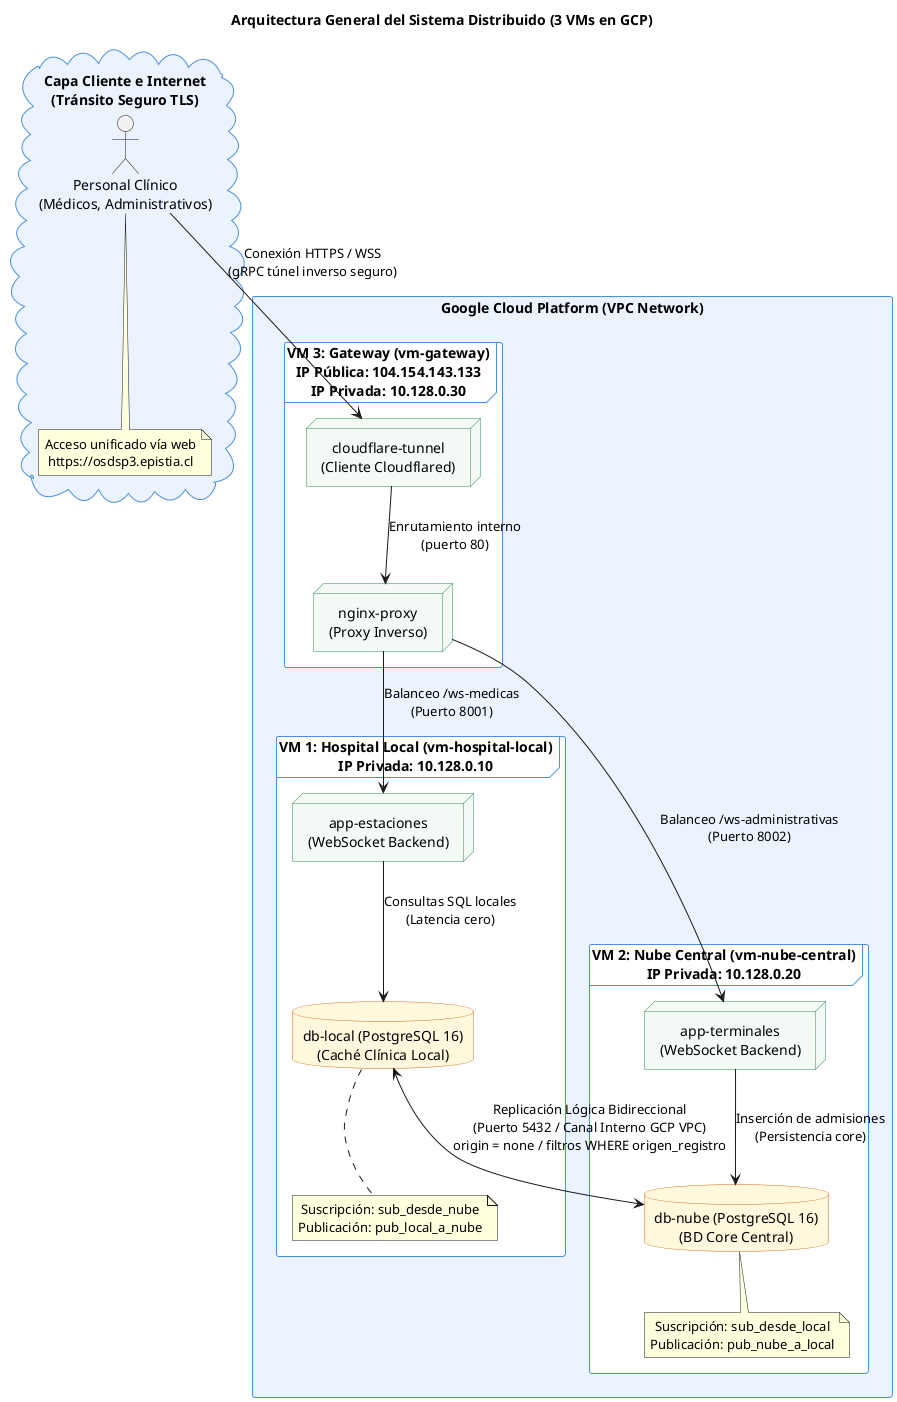
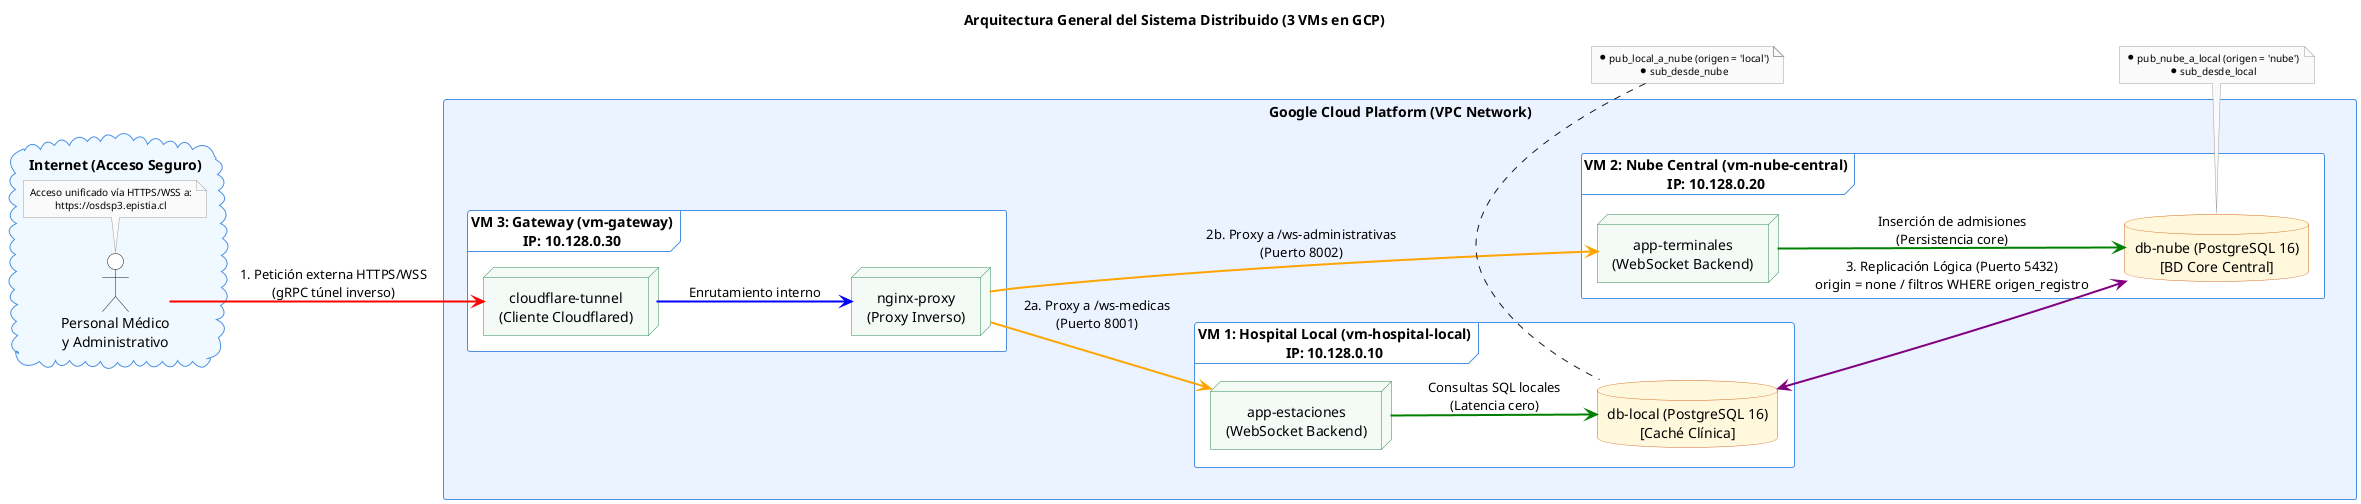
@startuml Arquitectura OSDS: Centro de Salud Digital
title Arquitectura General del Sistema Distribuido (3 VMs en GCP)

+ ' Ajustes de Diseño Visual (Moderno y Limpio)
skinparam shadowing false
skinparam packageStyle rectangle
skinparam componentStyle rectangle
skinparam defaultTextAlignment center

+ ' Definicion de Colores y Estilos
skinparam package {
    BorderColor #4A90E2
    BackgroundColor #EAF3FF
}

skinparam node {
    BorderColor #2E8B57
    BackgroundColor #F4FBF7
+     FontName Arial
}

skinparam database {
    BorderColor #D2691E
    BackgroundColor #FFF8DC
+     FontName Arial
}

- '====================================================
- ' CLIENTE / INTERNET
- '====================================================
- cloud "Capa Cliente e Internet\n(Tránsito Seguro TLS)" as INTERNET {
-     actor "Personal Clínico\n(Médicos, Administrativos)" as CLIENT
+ skinparam note {
+     BorderColor #A0A0A0
+     BackgroundColor #FAFAFA
+     FontName Arial
+     FontSize 10
+ }

+ left to right direction
+ 
+ ' ==========================================
+ ' CAPA CLIENTE
+ ' ==========================================
+ cloud "Internet (Acceso Seguro)" as CAPA_CLIENTE #F0F9FF {
+     actor "Personal Médico\ny Administrativo" as CLIENT #FFFFFF
    note bottom of CLIENT
-         Acceso unificado vía web
+         Acceso unificado vía HTTPS/WSS a:
        https://osdsp3.epistia.cl
    end note
}

- '====================================================
- ' INFRAESTRUCTURA GCP (VPC)
- '====================================================
+ ' ==========================================
+ ' INFRAESTRUCTURA DE GOOGLE CLOUD PLATFORM
+ ' ==========================================
package "Google Cloud Platform (VPC Network)" as GCP #EAF3FF {

-     ' VM 3: Gateway Perimetral
-     frame "VM 3: Gateway (vm-gateway)\nIP Pública: 104.154.143.133\nIP Privada: 10.128.0.30" as VM3 #FFFFFF {
-         node "nginx-proxy\n(Proxy Inverso)" as NGINX
-         node "cloudflare-tunnel\n(Cliente Cloudflared)" as TUNNEL
+     ' VM 3: GATEWAY DE SEGURIDAD
+     frame "VM 3: Gateway (vm-gateway)\nIP: 10.128.0.30" as VM3 #FFFFFF {
+         node "nginx-proxy\n(Proxy Inverso)" as NGINX #F4FBF7
+         node "cloudflare-tunnel\n(Cliente Cloudflared)" as TUNNEL #F4FBF7

-         TUNNEL --> NGINX : Enrutamiento interno\n(puerto 80)
+         TUNNEL -[#blue,bold]-> NGINX : Enrutamiento interno
    }

-     ' VM 1: Hospital Local
-     frame "VM 1: Hospital Local (vm-hospital-local)\nIP Privada: 10.128.0.10" as VM1 #FFFFFF {
-         node "app-estaciones\n(WebSocket Backend)" as ESTACIONES
-         database "db-local (PostgreSQL 16)\n(Caché Clínica Local)" as DBLOCAL
+     together {
+         ' VM 1: HOSPITAL LOCAL
+         frame "VM 1: Hospital Local (vm-hospital-local)\nIP: 10.128.0.10" as VM1 #FFFFFF {
+             node "app-estaciones\n(WebSocket Backend)" as ESTACIONES #F4FBF7
+             database "db-local (PostgreSQL 16)\n[Caché Clínica]" as DBLOCAL

-         ESTACIONES --> DBLOCAL : Consultas SQL locales\n(Latencia cero)
+             ESTACIONES -[#green,bold]-> DBLOCAL : Consultas SQL locales\n(Latencia cero)
+         }

-         note bottom of DBLOCAL
-             Suscripción: sub_desde_nube
-             Publicación: pub_local_a_nube
-         end note
-     }
+         ' VM 2: NUBE CENTRAL
+         frame "VM 2: Nube Central (vm-nube-central)\nIP: 10.128.0.20" as VM2 #FFFFFF {
+             node "app-terminales\n(WebSocket Backend)" as TERMINALES #F4FBF7
+             database "db-nube (PostgreSQL 16)\n[BD Core Central]" as DBNUBE

-     ' VM 2: Nube Central
-     frame "VM 2: Nube Central (vm-nube-central)\nIP Privada: 10.128.0.20" as VM2 #FFFFFF {
-         node "app-terminales\n(WebSocket Backend)" as TERMINALES
-         database "db-nube (PostgreSQL 16)\n(BD Core Central)" as DBNUBE
- 
-         TERMINALES --> DBNUBE : Inserción de admisiones\n(Persistencia core)
- 
-         note bottom of DBNUBE
-             Suscripción: sub_desde_local
-             Publicación: pub_nube_a_local
-         end note
+             TERMINALES -[#green,bold]-> DBNUBE : Inserción de admisiones\n(Persistencia core)
+         }
    }
}

- ' Conexiones de entrada
- CLIENT --> TUNNEL : Conexión HTTPS / WSS\n(gRPC túnel inverso seguro)
+ ' ==========================================
+ ' FLUJOS DE RED Y CONECTIVIDAD
+ ' ==========================================
+ CLIENT -[#red,bold]-> TUNNEL : 1. Petición externa HTTPS/WSS\n(gRPC túnel inverso)

- ' Enrutamientos de Nginx Proxy
- NGINX --> ESTACIONES : Balanceo /ws-medicas\n(Puerto 8001)
- NGINX --> TERMINALES : Balanceo /ws-administrativas\n(Puerto 8002)
+ ' Nginx ruteando tráfico
+ NGINX -[#orange,bold]-> ESTACIONES : 2a. Proxy a /ws-medicas\n(Puerto 8001)
+ NGINX -[#orange,bold]-> TERMINALES : 2b. Proxy a /ws-administrativas\n(Puerto 8002)

- ' Canal de Replicación lógica
- DBLOCAL <--> DBNUBE : Replicación Lógica Bidireccional\n(Puerto 5432 / Canal Interno GCP VPC)\norigin = none / filtros WHERE origen_registro
+ ' Replicación Lógica Bidireccional
+ DBLOCAL <.[#purple,bold].> DBNUBE : 3. Replicación Lógica (Puerto 5432)\norigin = none / filtros WHERE origen_registro
+ 
+ note top of DBLOCAL
+   * pub_local_a_nube (origen = 'local')
+   * sub_desde_nube
+ end note
+ 
+ note bottom of DBNUBE
+   * pub_nube_a_local (origen = 'nube')
+   * sub_desde_local
+ end note

@enduml